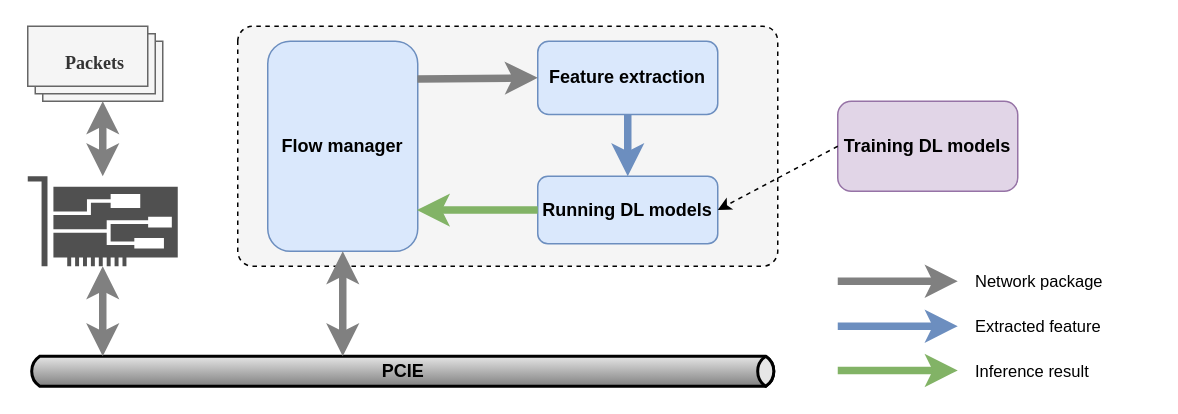
CHRIS123540/GPU keeps this draw.io diagram as 现在的框架图.drawio. Above is the earlier version. Source tidied: cells renumbered, new cells numbered last; positions are measured from the earlier drawing's top-left corner, leaving out a move shared by most shapes. Both pictures are drawn from the tidied source at 150%, with x=0, y=0 at pixel (27, 26).
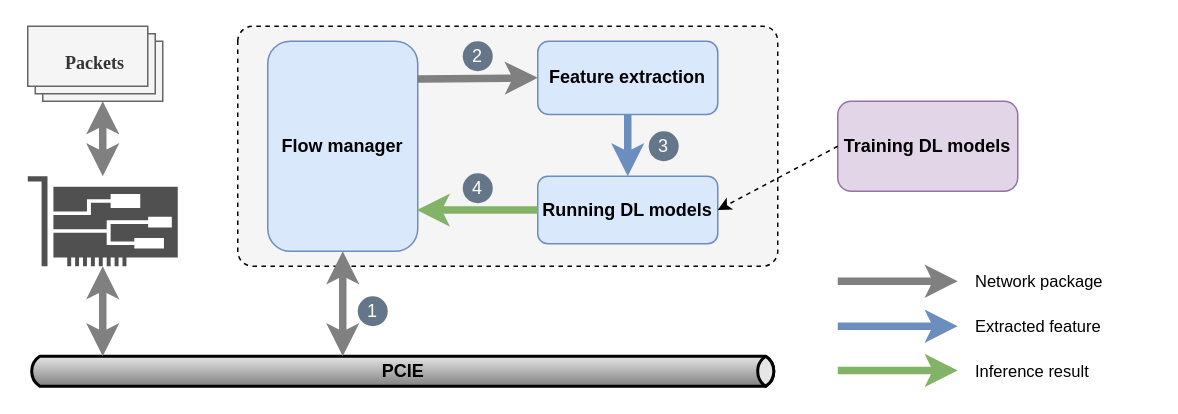
After the change.

Commit message (it also covers changes not shown here):
更新现在的框架图.drawio

The change refers to these unchanged cells:
```xml
<mxCell id="2" style="shape=mxgraph.bpmn.task;whiteSpace=wrap;rectStyle=rounded;size=10;html=1;taskMarker=abstract;fillColor=#f5f5f5;fontColor=#333333;strokeColor=default;labelPosition=left;verticalLabelPosition=top;align=right;verticalAlign=bottom;dashed=1;fontSize=12;fontStyle=1;" parent="1" vertex="1">
  <mxGeometry x="140" width="360" height="160" as="geometry" />
</mxCell>
```

What changed in the source:
```diff
@@
+    <mxCell id="23" value="2" style="ellipse;whiteSpace=wrap;html=1;fillColor=#647687;strokeColor=none;fontColor=#ffffff;" parent="2" vertex="1">
+      <mxGeometry x="150" y="10" width="20" height="20" as="geometry" />
+    </mxCell>
+    <mxCell id="24" value="3" style="ellipse;whiteSpace=wrap;html=1;fillColor=#647687;strokeColor=none;fontColor=#ffffff;" parent="2" vertex="1">
+      <mxGeometry x="274" y="70" width="20" height="20" as="geometry" />
+    </mxCell>
+    <mxCell id="25" value="4" style="ellipse;whiteSpace=wrap;html=1;fillColor=#647687;strokeColor=none;fontColor=#ffffff;" parent="2" vertex="1">
+      <mxGeometry x="150" y="98" width="20" height="20" as="geometry" />
+    </mxCell>
@@
+    <mxCell id="26" value="1" style="ellipse;whiteSpace=wrap;html=1;fillColor=#647687;strokeColor=none;fontColor=#ffffff;" parent="1" vertex="1">
+      <mxGeometry x="220" y="180" width="20" height="20" as="geometry" />
+    </mxCell>
```
